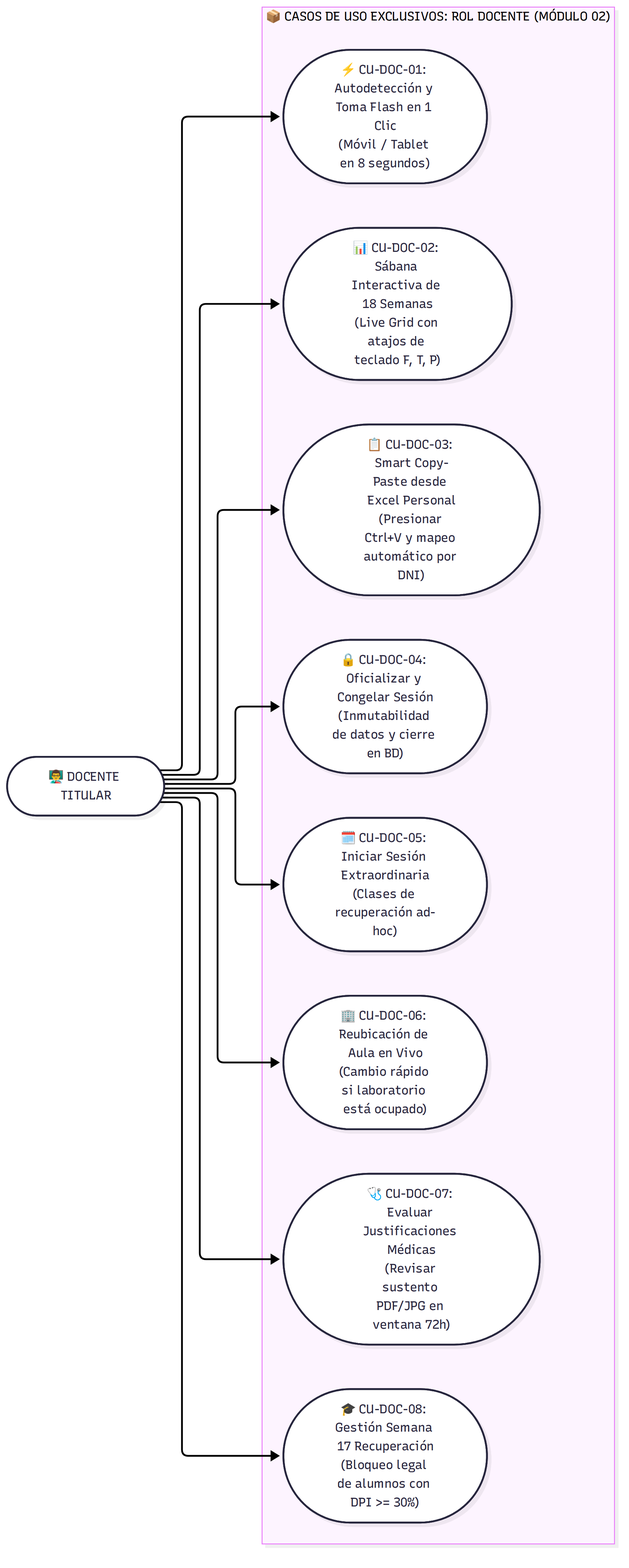
Above: src/02_Modulos/Intranet.Modulo02/Docs/img/01_diagrama_casos_de_uso_docente.png in felipeostosb/intranet-institucional-modular (Mermaid), before the change. Its source is kept beside it as src/02_Modulos/Intranet.Modulo02/Docs/img/01_diagrama_casos_de_uso_docente.mmd.
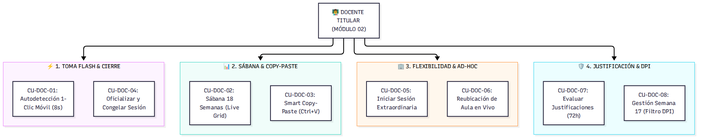
Above is the later version.

Change to the diagram source:
```diff
@@ -1,30 +1,27 @@
-flowchart LR
-    Docente(["👨‍🏫 DOCENTE TITULAR"])
+flowchart TD
+    Docente["👨‍🏫 DOCENTE TITULAR (MÓDULO 02)"]
 
-    subgraph Modulo02_Docente["📦 CASOS DE USO EXCLUSIVOS: ROL DOCENTE (MÓDULO 02)"]
-        CU_DOC_01(["⚡ CU-DOC-01: Autodetección y Toma Flash en 1 Clic
-(Móvil / Tablet en 8 segundos)"])
-        CU_DOC_02(["📊 CU-DOC-02: Sábana Interactiva de 18 Semanas
-(Live Grid con atajos de teclado F, T, P)"])
-        CU_DOC_03(["📋 CU-DOC-03: Smart Copy-Paste desde Excel Personal
-(Presionar Ctrl+V y mapeo automático por DNI)"])
-        CU_DOC_04(["🔒 CU-DOC-04: Oficializar y Congelar Sesión
-(Inmutabilidad de datos y cierre en BD)"])
-        CU_DOC_05(["🗓️ CU-DOC-05: Iniciar Sesión Extraordinaria
-(Clases de recuperación ad-hoc)"])
-        CU_DOC_06(["🏢 CU-DOC-06: Reubicación de Aula en Vivo
-(Cambio rápido si laboratorio está ocupado)"])
-        CU_DOC_07(["🩺 CU-DOC-07: Evaluar Justificaciones Médicas
-(Revisar sustento PDF/JPG en ventana 72h)"])
-        CU_DOC_08(["🎓 CU-DOC-08: Gestión Semana 17 Recuperación
-(Bloqueo legal de alumnos con DPI >= 30%)"])
+    subgraph Col1["⚡ 1. TOMA FLASH & CIERRE"]
+        CU01["CU-DOC-01: Autodetección 1-Clic Móvil (8s)"]
+        CU04["CU-DOC-04: Oficializar y Congelar Sesión"]
     end
 
-    Docente --> CU_DOC_01
-    Docente --> CU_DOC_02
-    Docente --> CU_DOC_03
-    Docente --> CU_DOC_04
-    Docente --> CU_DOC_05
-    Docente --> CU_DOC_06
-    Docente --> CU_DOC_07
-    Docente --> CU_DOC_08
+    subgraph Col2["📊 2. SÁBANA & COPY-PASTE"]
+        CU02["CU-DOC-02: Sábana 18 Semanas (Live Grid)"]
+        CU03["CU-DOC-03: Smart Copy-Paste (Ctrl+V)"]
+    end
+
+    subgraph Col3["🏢 3. FLEXIBILIDAD & AD-HOC"]
+        CU05["CU-DOC-05: Iniciar Sesión Extraordinaria"]
+        CU06["CU-DOC-06: Reubicación de Aula en Vivo"]
+    end
+
+    subgraph Col4["🛡️ 4. JUSTIFICACIÓN & DPI"]
+        CU07["CU-DOC-07: Evaluar Justificaciones (72h)"]
+        CU08["CU-DOC-08: Gestión Semana 17 (Filtro DPI)"]
+    end
+
+    Docente --> Col1
+    Docente --> Col2
+    Docente --> Col3
+    Docente --> Col4
```
